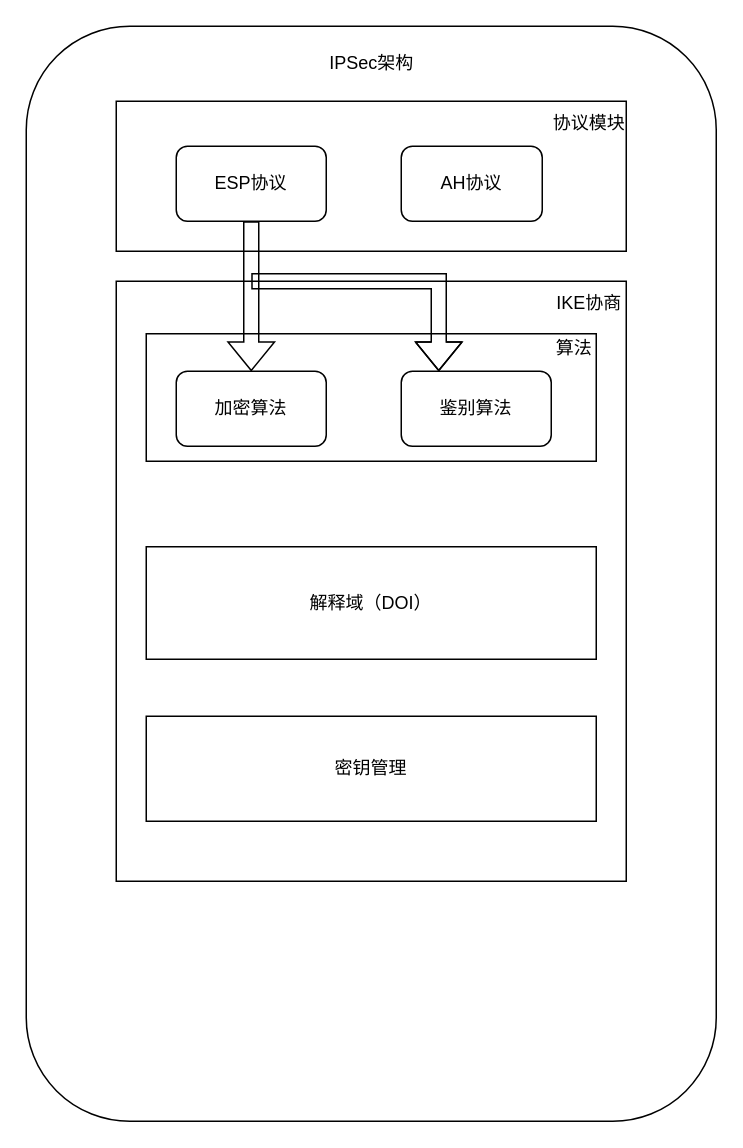
Above: testDirectory/ipsec架构图.drawio in Moose1273/- (draw.io), before the change. Source tidied: cells renumbered, new cells numbered last; positions are measured from the earlier drawing's top-left corner, leaving out a move shared by most shapes. Both pictures are drawn from the tidied source at 150%, with x=0, y=0 at pixel (26, 26).
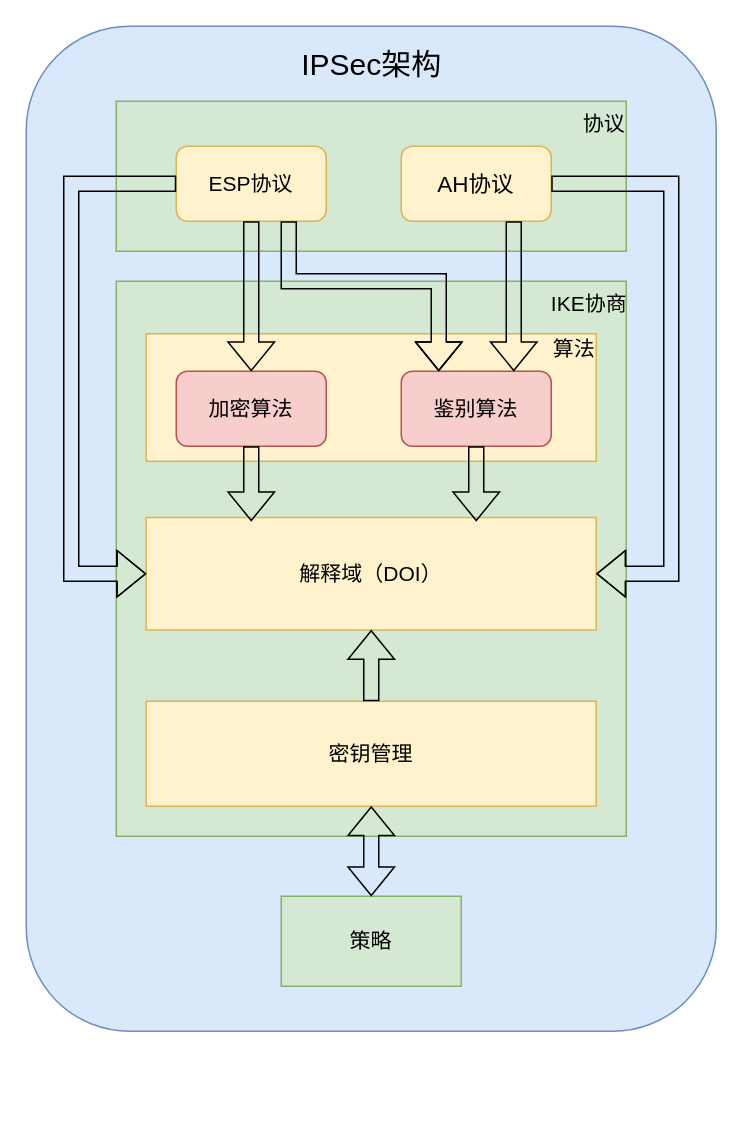
Above is the later version.

Commit message (it also covers changes not shown here):
更新ipsec架构图.drawio

The edit, as a diff of the source:
```diff
@@
-    <mxCell id="2" style="rounded=1;whiteSpace=wrap;html=1;" parent="1" vertex="1">
-      <mxGeometry width="460" height="730" as="geometry" />
+    <mxCell id="2" style="rounded=1;whiteSpace=wrap;html=1;fillColor=#dae8fc;strokeColor=#6c8ebf;" parent="1" vertex="1">
+      <mxGeometry width="460" height="670" as="geometry" />
     </mxCell>
-    <mxCell id="3" style="rounded=0;whiteSpace=wrap;html=1;" parent="1" vertex="1">
+    <mxCell id="3" style="rounded=0;whiteSpace=wrap;html=1;fillColor=#d5e8d4;strokeColor=#82b366;" parent="1" vertex="1">
       <mxGeometry x="60" y="50" width="340" height="100" as="geometry" />
     </mxCell>
-    <mxCell id="4" value="IPSec架构" style="text;html=1;align=center;verticalAlign=middle;strokeColor=none;fillColor=none;" parent="1" vertex="1">
-      <mxGeometry x="190" y="10" width="80" height="30" as="geometry" />
+    <mxCell id="4" value="&lt;font style=&quot;font-size: 20px;&quot;&gt;IPSec架构&lt;/font&gt;" style="text;html=1;align=center;verticalAlign=middle;strokeColor=none;fillColor=none;" parent="1" vertex="1">
+      <mxGeometry x="170" y="5" width="120" height="40" as="geometry" />
     </mxCell>
-    <mxCell id="5" value="ESP协议" style="rounded=1;whiteSpace=wrap;html=1;" parent="1" vertex="1">
+    <mxCell id="5" value="&lt;font style=&quot;font-size: 14px;&quot;&gt;ESP协议&lt;/font&gt;" style="rounded=1;whiteSpace=wrap;html=1;fillColor=#fff2cc;strokeColor=#d6b656;" parent="1" vertex="1">
       <mxGeometry x="100" y="80" width="100" height="50" as="geometry" />
     </mxCell>
-    <mxCell id="6" value="AH协议" style="rounded=1;whiteSpace=wrap;html=1;" parent="1" vertex="1">
-      <mxGeometry x="250" y="80" width="94" height="50" as="geometry" />
+    <mxCell id="6" value="&lt;font style=&quot;font-size: 15px;&quot;&gt;AH协议&lt;/font&gt;" style="rounded=1;whiteSpace=wrap;html=1;fillColor=#fff2cc;strokeColor=#d6b656;" parent="1" vertex="1">
+      <mxGeometry x="250" y="80" width="100" height="50" as="geometry" />
     </mxCell>
-    <mxCell id="7" value="协议模块" style="text;html=1;align=center;verticalAlign=middle;strokeColor=none;fillColor=none;" parent="1" vertex="1">
-      <mxGeometry x="340" y="50" width="70" height="30" as="geometry" />
+    <mxCell id="7" value="&lt;font style=&quot;font-size: 14px;&quot;&gt;协议&lt;/font&gt;" style="text;html=1;align=center;verticalAlign=middle;strokeColor=none;fillColor=none;" parent="1" vertex="1">
+      <mxGeometry x="360" y="50" width="50" height="30" as="geometry" />
     </mxCell>
-    <mxCell id="8" style="rounded=0;whiteSpace=wrap;html=1;" parent="1" vertex="1">
-      <mxGeometry x="60" y="170" width="340" height="400" as="geometry" />
+    <mxCell id="8" style="rounded=0;whiteSpace=wrap;html=1;fillColor=#d5e8d4;strokeColor=#82b366;" parent="1" vertex="1">
+      <mxGeometry x="60" y="170" width="340" height="370" as="geometry" />
     </mxCell>
-    <mxCell id="9" value="IKE协商" style="text;html=1;align=center;verticalAlign=middle;strokeColor=none;fillColor=none;" parent="1" vertex="1">
+    <mxCell id="9" value="&lt;font style=&quot;font-size: 14px;&quot;&gt;IKE协商&lt;/font&gt;" style="text;html=1;align=center;verticalAlign=middle;strokeColor=none;fillColor=none;" parent="1" vertex="1">
       <mxGeometry x="340" y="170" width="70" height="30" as="geometry" />
     </mxCell>
-    <mxCell id="10" style="rounded=0;whiteSpace=wrap;html=1;" parent="1" vertex="1">
+    <mxCell id="10" style="rounded=0;whiteSpace=wrap;html=1;fillColor=#fff2cc;strokeColor=#d6b656;" parent="1" vertex="1">
       <mxGeometry x="80" y="205" width="300" height="85" as="geometry" />
     </mxCell>
-    <mxCell id="11" value="算法" style="text;html=1;align=center;verticalAlign=middle;strokeColor=none;fillColor=none;" parent="1" vertex="1">
+    <mxCell id="11" value="&lt;font style=&quot;font-size: 14px;&quot;&gt;算法&lt;/font&gt;" style="text;html=1;align=center;verticalAlign=middle;strokeColor=none;fillColor=none;" parent="1" vertex="1">
       <mxGeometry x="340" y="200" width="50" height="30" as="geometry" />
     </mxCell>
-    <mxCell id="12" value="加密算法" style="rounded=1;whiteSpace=wrap;html=1;" parent="1" vertex="1">
+    <mxCell id="12" value="&lt;font style=&quot;font-size: 14px;&quot;&gt;加密算法&lt;/font&gt;" style="rounded=1;whiteSpace=wrap;html=1;fillColor=#f8cecc;strokeColor=#b85450;" parent="1" vertex="1">
       <mxGeometry x="100" y="230" width="100" height="50" as="geometry" />
     </mxCell>
-    <mxCell id="13" value="鉴别算法" style="rounded=1;whiteSpace=wrap;html=1;" parent="1" vertex="1">
+    <mxCell id="13" value="&lt;font style=&quot;font-size: 14px;&quot;&gt;鉴别算法&lt;/font&gt;" style="rounded=1;whiteSpace=wrap;html=1;fillColor=#f8cecc;strokeColor=#b85450;" parent="1" vertex="1">
       <mxGeometry x="250" y="230" width="100" height="50" as="geometry" />
     </mxCell>
-    <mxCell id="14" value="解释域（DOI）" style="rounded=0;whiteSpace=wrap;html=1;" parent="1" vertex="1">
-      <mxGeometry x="80" y="347" width="300" height="75" as="geometry" />
+    <mxCell id="14" value="&lt;font style=&quot;font-size: 14px;&quot;&gt;解释域（DOI）&lt;/font&gt;" style="rounded=0;whiteSpace=wrap;html=1;fillColor=#fff2cc;strokeColor=#d6b656;" parent="1" vertex="1">
+      <mxGeometry x="80" y="327.5" width="300" height="75" as="geometry" />
     </mxCell>
-    <mxCell id="15" value="密钥管理" style="rounded=0;whiteSpace=wrap;html=1;" parent="1" vertex="1">
-      <mxGeometry x="80" y="460" width="300" height="70" as="geometry" />
+    <mxCell id="15" value="&lt;font style=&quot;font-size: 14px;&quot;&gt;密钥管理&lt;/font&gt;" style="rounded=0;whiteSpace=wrap;html=1;fillColor=#fff2cc;strokeColor=#d6b656;" parent="1" vertex="1">
+      <mxGeometry x="80" y="450" width="300" height="70" as="geometry" />
     </mxCell>
@@
-    <mxCell id="17" style="shape=flexArrow;endArrow=classic;html=1;rounded=0;entryX=0.25;entryY=0;entryDx=0;entryDy=0;" parent="1" edge="1" target="13">
+    <mxCell id="17" style="shape=flexArrow;endArrow=classic;html=1;rounded=0;entryX=0.25;entryY=0;entryDx=0;entryDy=0;exitX=0.75;exitY=1;exitDx=0;exitDy=0;" parent="1" edge="1" source="5" target="13">
       <mxGeometry relative="1" as="geometry">
-        <mxPoint x="150" y="170" as="sourcePoint" />
         <Array as="points">
+          <mxPoint x="175" y="170" />
           <mxPoint x="275" y="170" />
         </Array>
       </mxGeometry>
     </mxCell>
+    <mxCell id="18" style="shape=flexArrow;endArrow=classic;html=1;rounded=0;exitX=0.75;exitY=1;exitDx=0;exitDy=0;entryX=0.75;entryY=0;entryDx=0;entryDy=0;" parent="1" edge="1" source="6" target="13">
+      <mxGeometry relative="1" as="geometry" />
+    </mxCell>
+    <mxCell id="19" style="shape=flexArrow;endArrow=classic;html=1;rounded=0;" parent="1" edge="1">
+      <mxGeometry relative="1" as="geometry">
+        <mxPoint x="150" y="280" as="sourcePoint" />
+        <mxPoint x="150" y="330" as="targetPoint" />
+      </mxGeometry>
+    </mxCell>
+    <mxCell id="20" style="shape=flexArrow;endArrow=classic;html=1;rounded=0;exitX=0.5;exitY=1;exitDx=0;exitDy=0;" parent="1" edge="1" source="13">
+      <mxGeometry relative="1" as="geometry">
+        <mxPoint x="300" y="330" as="targetPoint" />
+      </mxGeometry>
+    </mxCell>
+    <mxCell id="21" style="shape=flexArrow;endArrow=classic;html=1;rounded=0;exitX=0.5;exitY=0;exitDx=0;exitDy=0;entryX=0.5;entryY=1;entryDx=0;entryDy=0;" parent="1" edge="1" source="15" target="14">
+      <mxGeometry relative="1" as="geometry" />
+    </mxCell>
+    <mxCell id="22" value="&lt;font style=&quot;font-size: 14px;&quot;&gt;策略&lt;/font&gt;" style="rounded=0;whiteSpace=wrap;html=1;fillColor=#d5e8d4;strokeColor=#82b366;" parent="1" vertex="1">
+      <mxGeometry x="170" y="580" width="120" height="60" as="geometry" />
+    </mxCell>
+    <mxCell id="23" style="shape=flexArrow;endArrow=classic;startArrow=classic;html=1;rounded=0;entryX=0.5;entryY=1;entryDx=0;entryDy=0;exitX=0.5;exitY=0;exitDx=0;exitDy=0;" parent="1" edge="1" source="22" target="15">
+      <mxGeometry relative="1" as="geometry" />
+    </mxCell>
+    <mxCell id="24" style="shape=flexArrow;endArrow=classic;html=1;rounded=0;exitX=0;exitY=0.5;exitDx=0;exitDy=0;entryX=0;entryY=0.5;entryDx=0;entryDy=0;" parent="1" edge="1" source="5" target="14">
+      <mxGeometry relative="1" as="geometry">
+        <Array as="points">
+          <mxPoint x="30" y="105" />
+          <mxPoint x="30" y="365" />
+        </Array>
+      </mxGeometry>
+    </mxCell>
+    <mxCell id="25" style="shape=flexArrow;endArrow=classic;html=1;rounded=0;exitX=1;exitY=0.5;exitDx=0;exitDy=0;entryX=1;entryY=0.5;entryDx=0;entryDy=0;" parent="1" edge="1" source="6" target="14">
+      <mxGeometry relative="1" as="geometry">
+        <Array as="points">
+          <mxPoint x="430" y="105" />
+          <mxPoint x="430" y="365" />
+        </Array>
+      </mxGeometry>
+    </mxCell>
```
